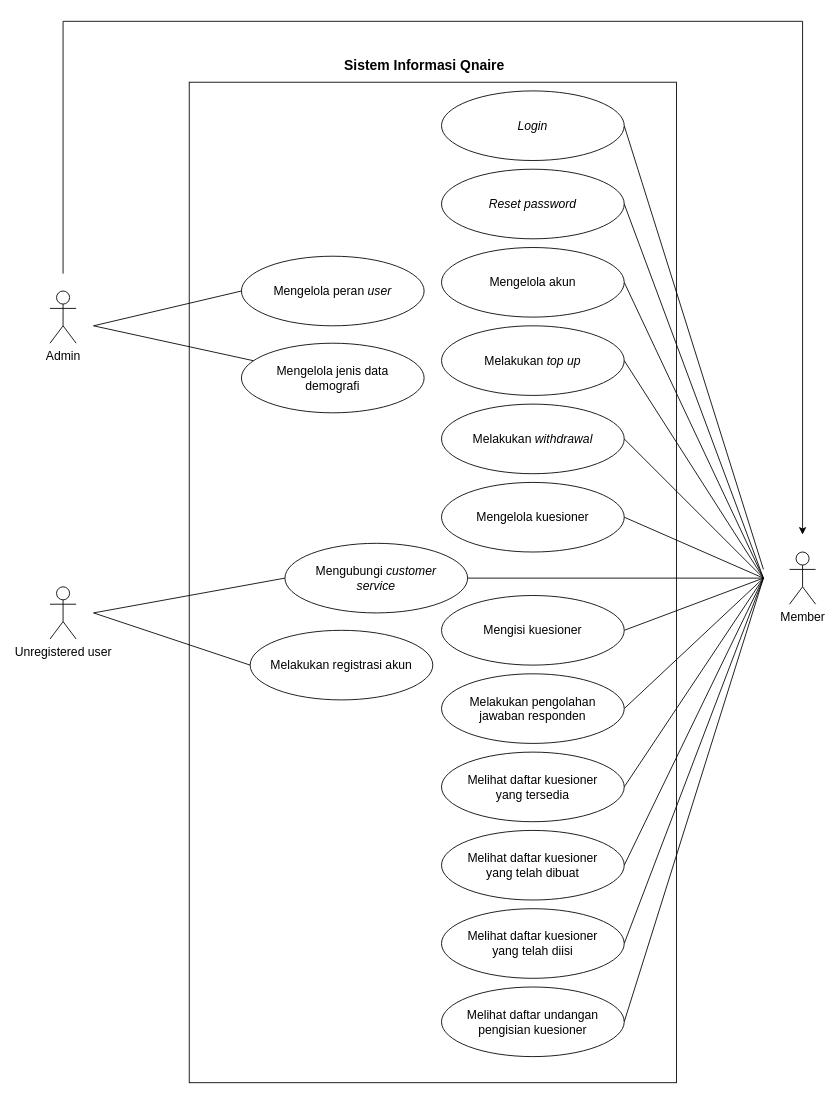
The draw.io diagram Diagram/use-case.drawio in techie-jhs/thesis, before the edit. Source tidied: cells renumbered, new cells numbered last; positions are measured from the earlier drawing's top-left corner, leaving out a move shared by most shapes. Both pictures are drawn from the tidied source at 87%, with x=0, y=0 at pixel (50, 21).
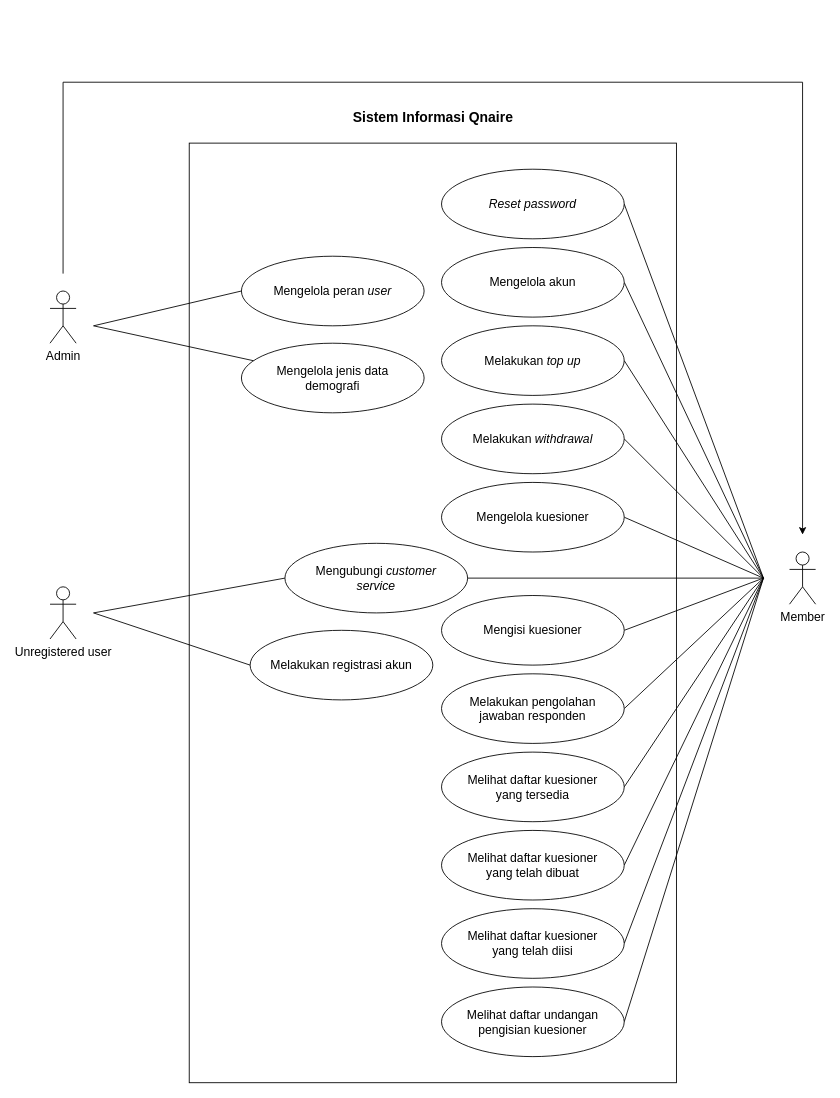
The same page after the edit.

The edit, as a diff of the source:
```diff
@@
     <mxCell id="2" style="rounded=0;whiteSpace=wrap;html=1;" parent="1" vertex="1">
-      <mxGeometry x="160" y="70" width="560" height="1150" as="geometry" />
+      <mxGeometry x="160" y="140" width="560" height="1080" as="geometry" />
     </mxCell>
     <mxCell id="3" value="&lt;b&gt;&lt;font style=&quot;font-size: 16px&quot;&gt;Sistem Informasi Qnaire&lt;/font&gt;&lt;/b&gt;" style="text;html=1;align=center;verticalAlign=middle;strokeColor=none;fillColor=none;" parent="1" vertex="1">
-      <mxGeometry x="330" y="40" width="200" height="20" as="geometry" />
+      <mxGeometry x="340" y="100" width="200" height="20" as="geometry" />
     </mxCell>
@@
-    <mxCell id="12" style="edgeStyle=none;rounded=0;jettySize=auto;html=1;entryX=1;entryY=0.5;entryDx=0;entryDy=0;endArrow=none;endFill=0;" parent="1" edge="1" target="29">
-      <mxGeometry relative="1" as="geometry">
-        <mxPoint x="820" y="630" as="sourcePoint" />
-      </mxGeometry>
-    </mxCell>
@@
     <mxCell id="22" style="edgeStyle=orthogonalEdgeStyle;rounded=0;orthogonalLoop=1;jettySize=auto;html=1;endArrow=classic;endFill=1;" parent="1" edge="1">
       <mxGeometry relative="1" as="geometry">
         <mxPoint x="15" y="290" as="sourcePoint" />
         <mxPoint x="865" y="590" as="targetPoint" />
         <Array as="points">
-          <mxPoint x="15" />
-          <mxPoint x="865" />
+          <mxPoint x="15" y="70" />
+          <mxPoint x="865" y="70" />
         </Array>
       </mxGeometry>
     </mxCell>
@@
-    <mxCell id="29" value="&lt;i&gt;Login&lt;/i&gt;" style="ellipse;whiteSpace=wrap;html=1;fontSize=14;" parent="1" vertex="1">
-      <mxGeometry x="450" y="80" width="210" height="80" as="geometry" />
-    </mxCell>
```
